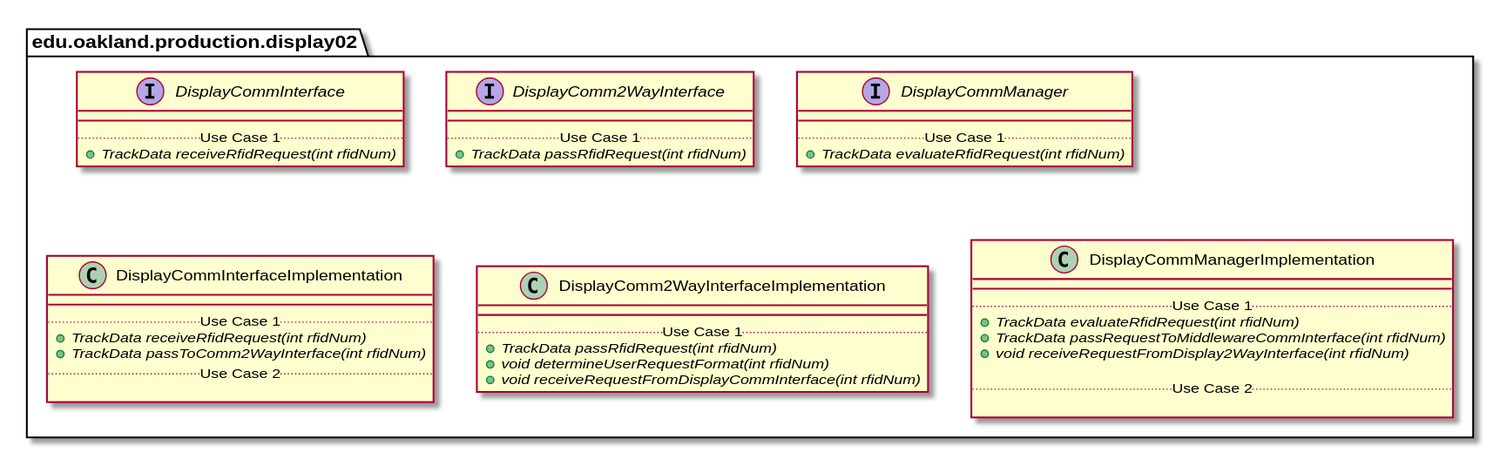
This is docs/uml-class-diagrams/display02/production/Display02ProductionPackage.svg from andrewdimmer/csi-3370-software-project, a PlantUML export, as it was before one commit.
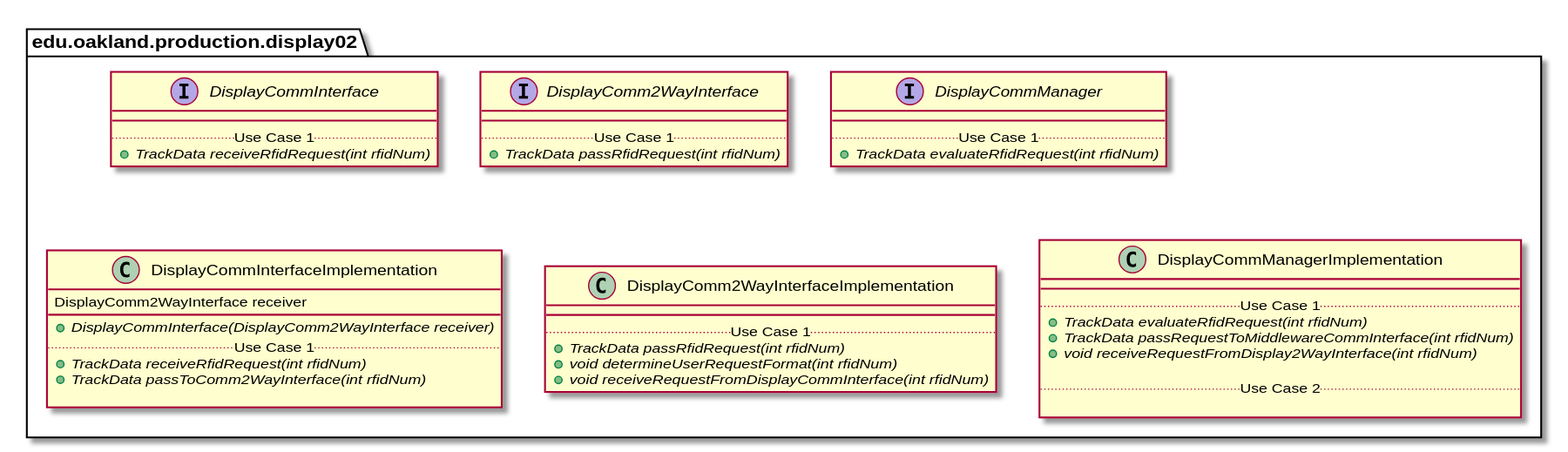
After the change.

What changed in the source:
```diff
@@ -34,11 +34,12 @@
 
 package edu.oakland.production.display02 {
     class DisplayCommInterfaceImplementation {
+        DisplayComm2WayInterface receiver
         __
+        {abstract} + DisplayCommInterface(DisplayComm2WayInterface receiver)
         .. Use Case 1 ..
         {abstract} + TrackData receiveRfidRequest(int rfidNum)
         {abstract} + TrackData passToComm2WayInterface(int rfidNum)
-        .. Use Case 2 ..
 
     }
 }
```
